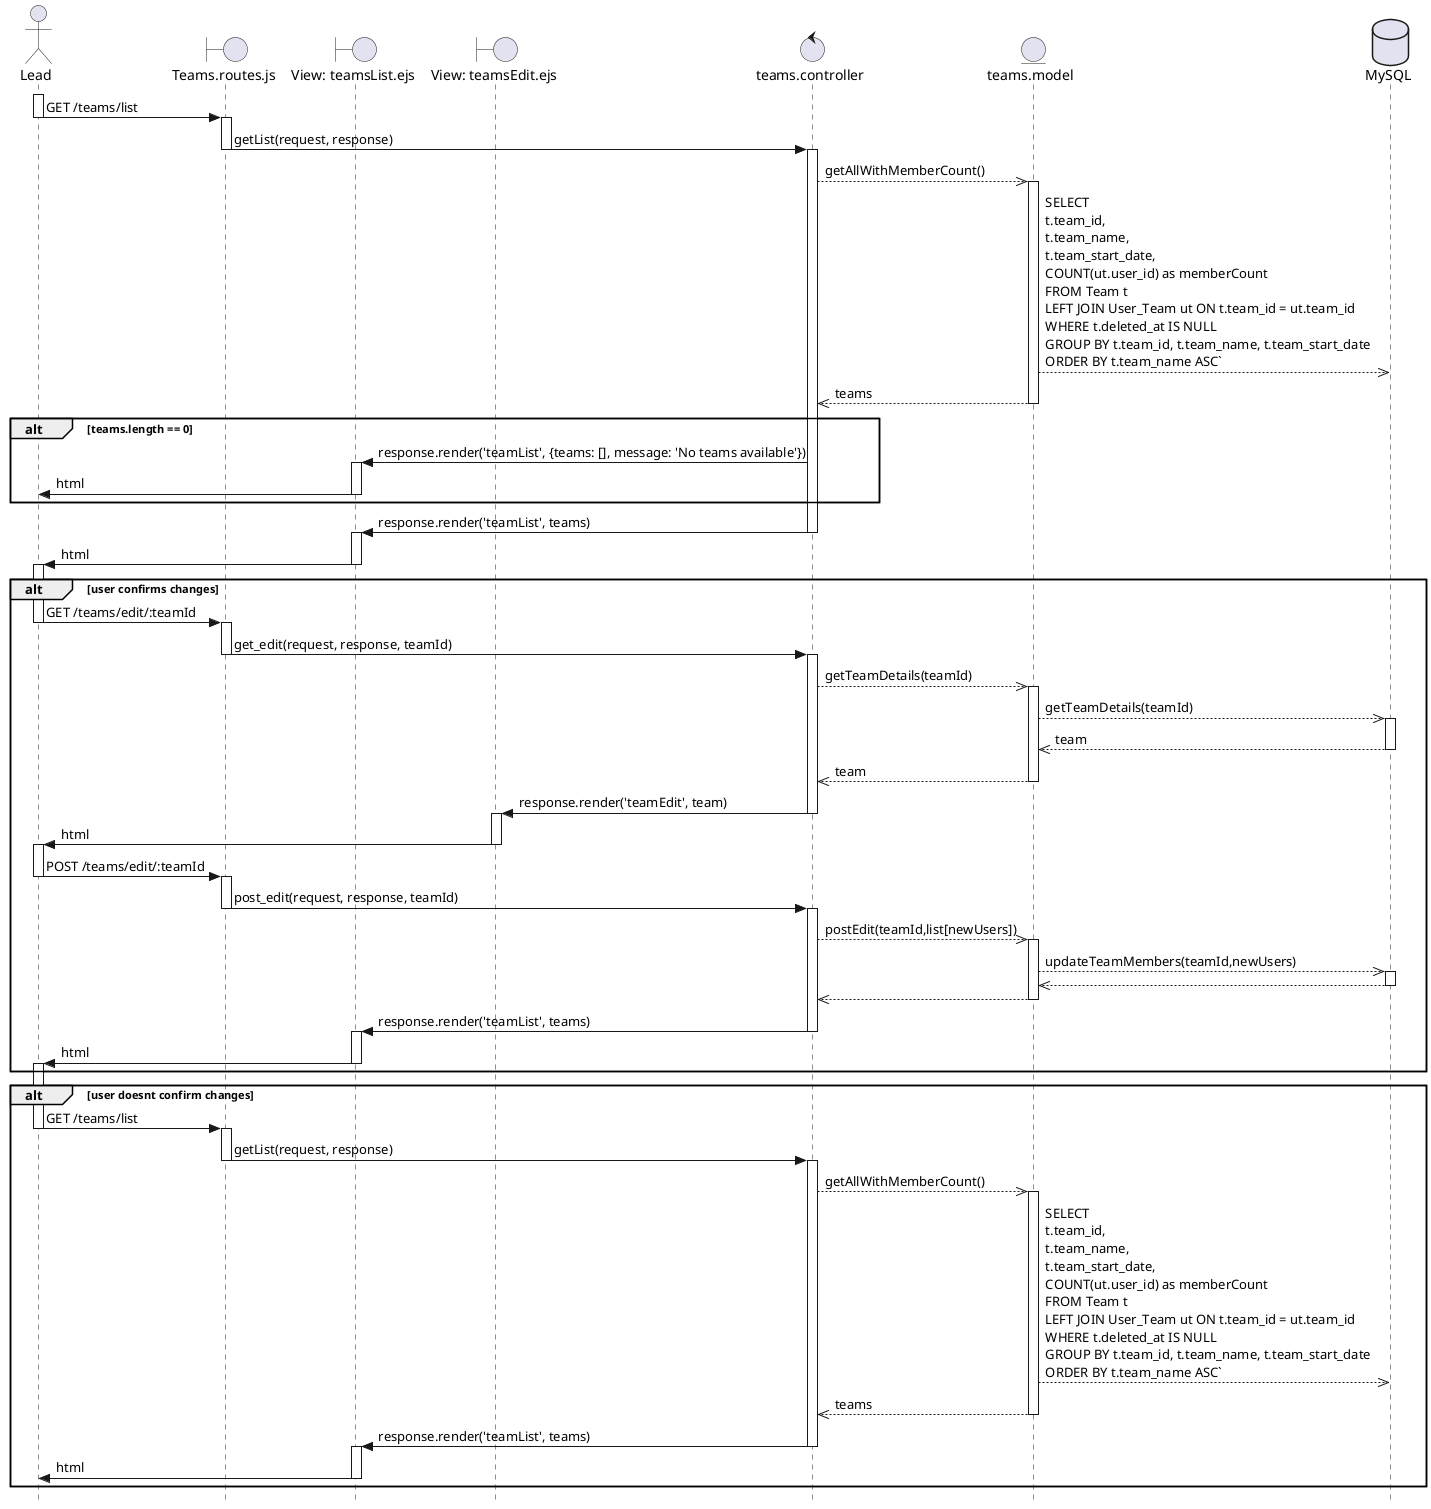
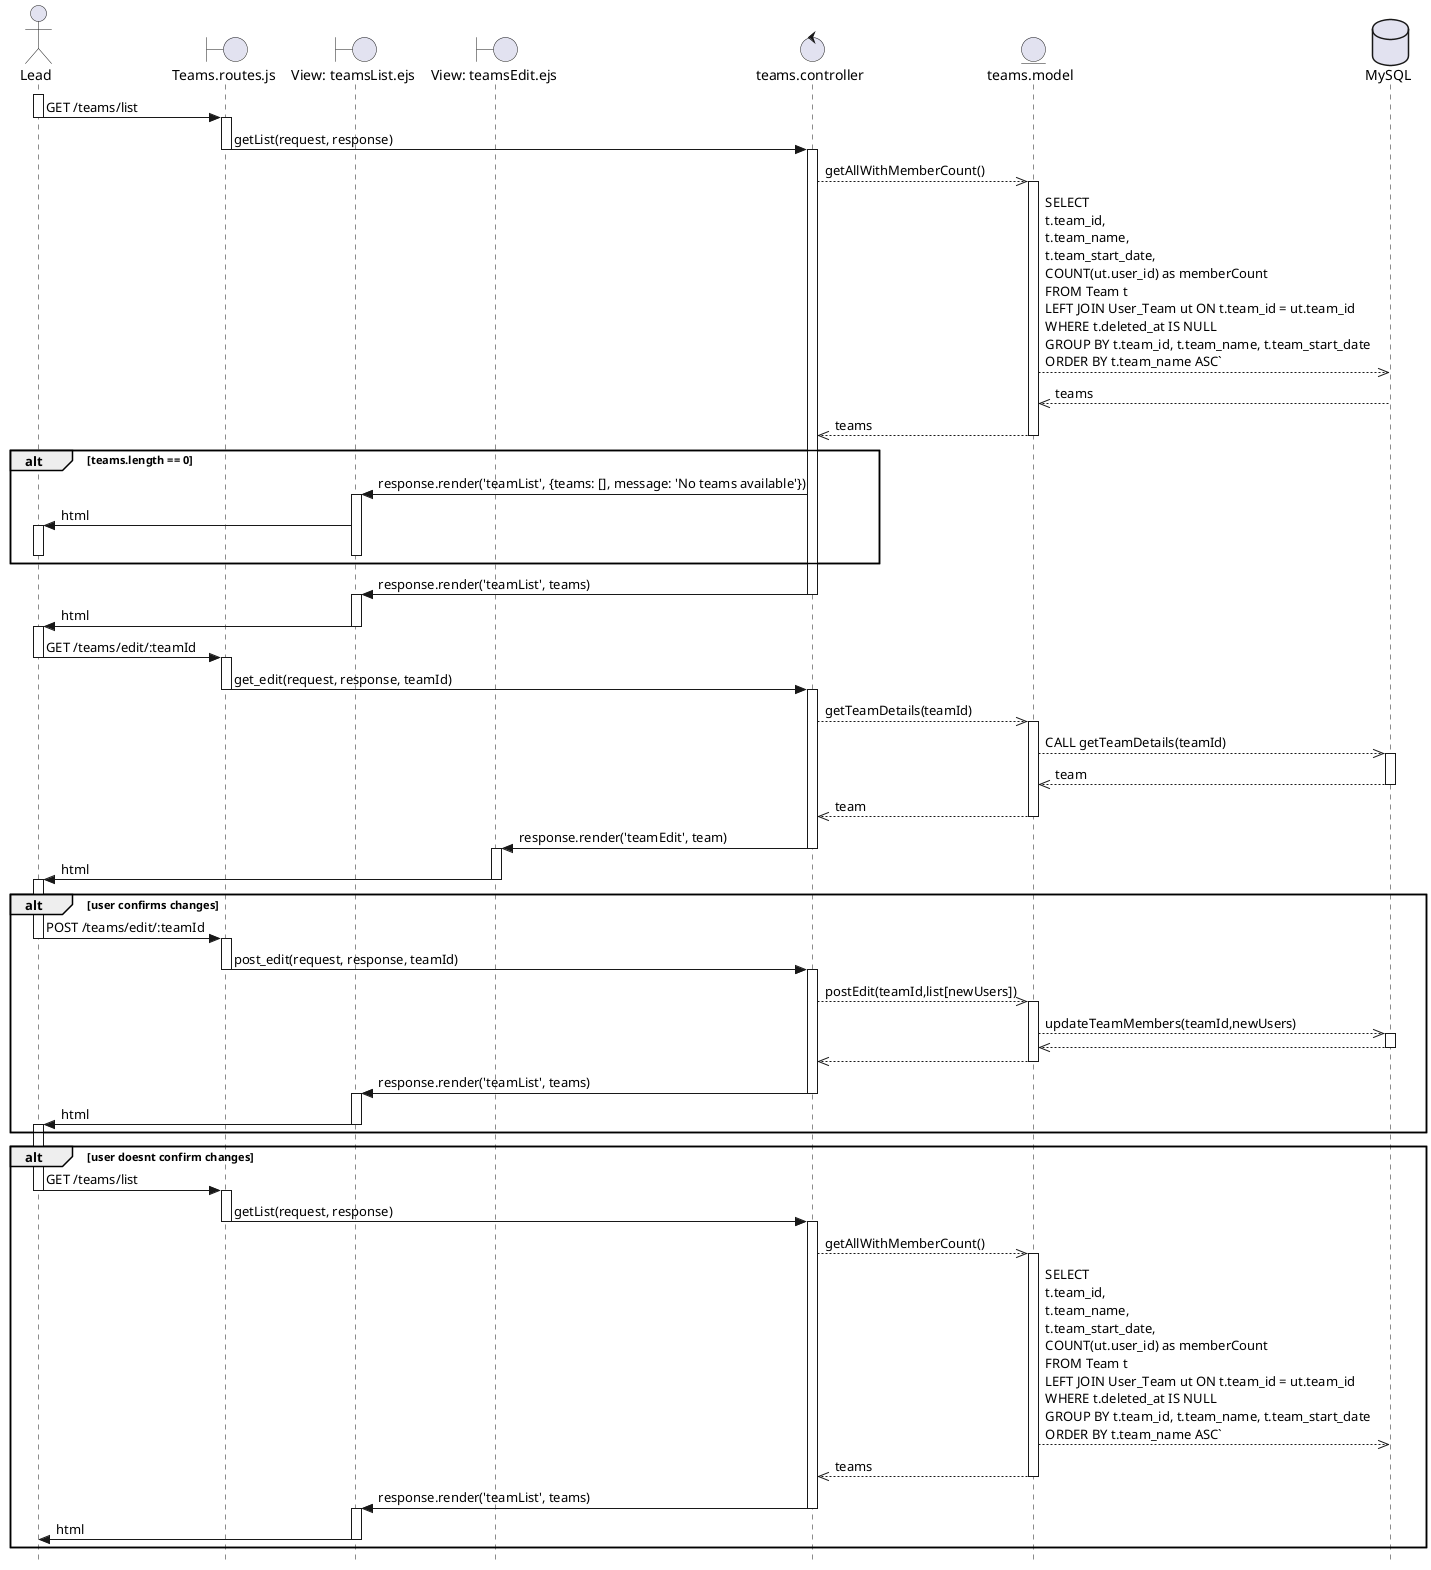
@startuml "Assign user to team"
skinparam style strictuml

actor Lead as U
boundary "Teams.routes.js" as RO
boundary "View: teamsList.ejs" as VL
boundary "View: teamsEdit.ejs" as VE
control "teams.controller" as C
entity "teams.model" as TM
database "MySQL" as BD

' Section about getting a list of teams '
activate U
U -> RO : GET /teams/list
deactivate U

activate RO
RO -> C : getList(request, response)
deactivate RO

activate C
C -->> TM : getAllWithMemberCount()
activate TM
TM -->> BD : SELECT \nt.team_id, \nt.team_name, \nt.team_start_date, \nCOUNT(ut.user_id) as memberCount \nFROM Team t \nLEFT JOIN User_Team ut ON t.team_id = ut.team_id \nWHERE t.deleted_at IS NULL \nGROUP BY t.team_id, t.team_name, t.team_start_date \nORDER BY t.team_name ASC`
- 
+ BD -->> TM : teams
deactivate BD
TM -->> C : teams
deactivate TM

alt teams.length == 0
C -> VL : response.render('teamList', {teams: [], message: 'No teams available'})

activate VL
VL -> U : html
+ activate U
deactivate VL
+ deactivate U
end

C -> VL : response.render('teamList', teams)
deactivate C

activate VL
VL -> U : html
deactivate VL



' Section about getting the info of one team '
- alt user confirms changes
activate U
U -> RO : GET /teams/edit/:teamId
deactivate U

activate RO
RO -> C : get_edit(request, response, teamId)
deactivate RO

activate C
C -->> TM : getTeamDetails(teamId)

activate TM

- TM -->> BD : getTeamDetails(teamId)
+ TM -->> BD : CALL getTeamDetails(teamId)
activate BD

BD -->> TM : team
deactivate BD

TM -->> C : team
deactivate TM


C -> VE : response.render('teamEdit', team)
deactivate C

activate VE
VE -> U : html
deactivate VE

' Section about posting the changes of users '
+ alt user confirms changes
activate U
U -> RO : POST /teams/edit/:teamId
deactivate U

activate RO
RO -> C : post_edit(request, response, teamId)
deactivate RO

activate C
C -->> TM : postEdit(teamId,list[newUsers])

activate TM
TM -->> BD : updateTeamMembers(teamId,newUsers)
activate BD
BD -->> TM :
deactivate BD
TM -->> C :
deactivate TM
C -> VL : response.render('teamList', teams)
deactivate C

activate VL
VL -> U : html
deactivate VL
activate U
deactivate U

end

alt user doesnt confirm changes
activate U
U -> RO : GET /teams/list
deactivate U

activate RO
RO -> C : getList(request, response)
deactivate RO

activate C
C -->> TM : getAllWithMemberCount()
activate TM
TM -->> BD : SELECT \nt.team_id, \nt.team_name, \nt.team_start_date, \nCOUNT(ut.user_id) as memberCount \nFROM Team t \nLEFT JOIN User_Team ut ON t.team_id = ut.team_id \nWHERE t.deleted_at IS NULL \nGROUP BY t.team_id, t.team_name, t.team_start_date \nORDER BY t.team_name ASC`

deactivate BD
TM -->> C : teams
deactivate TM

C -> VL : response.render('teamList', teams)
deactivate C

activate VL
VL -> U : html
deactivate VL
end